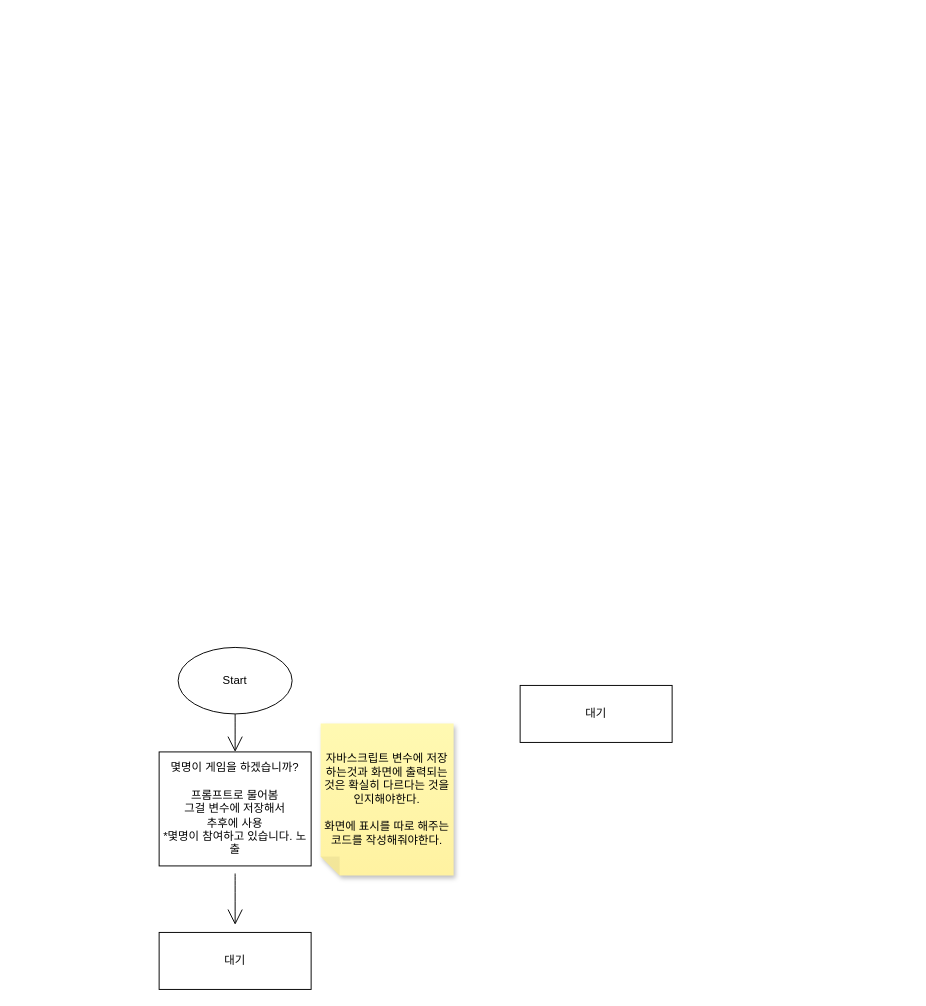
Above: 끝말잇기.drawio in susan-kang-beautiful/my-first-web-site (draw.io), before the change. Source tidied: cells renumbered, new cells numbered last; positions are measured from the earlier drawing's top-left corner, leaving out a move shared by most shapes. Both pictures are drawn from the tidied source at 95%, with x=0, y=0 at pixel (159, 647).
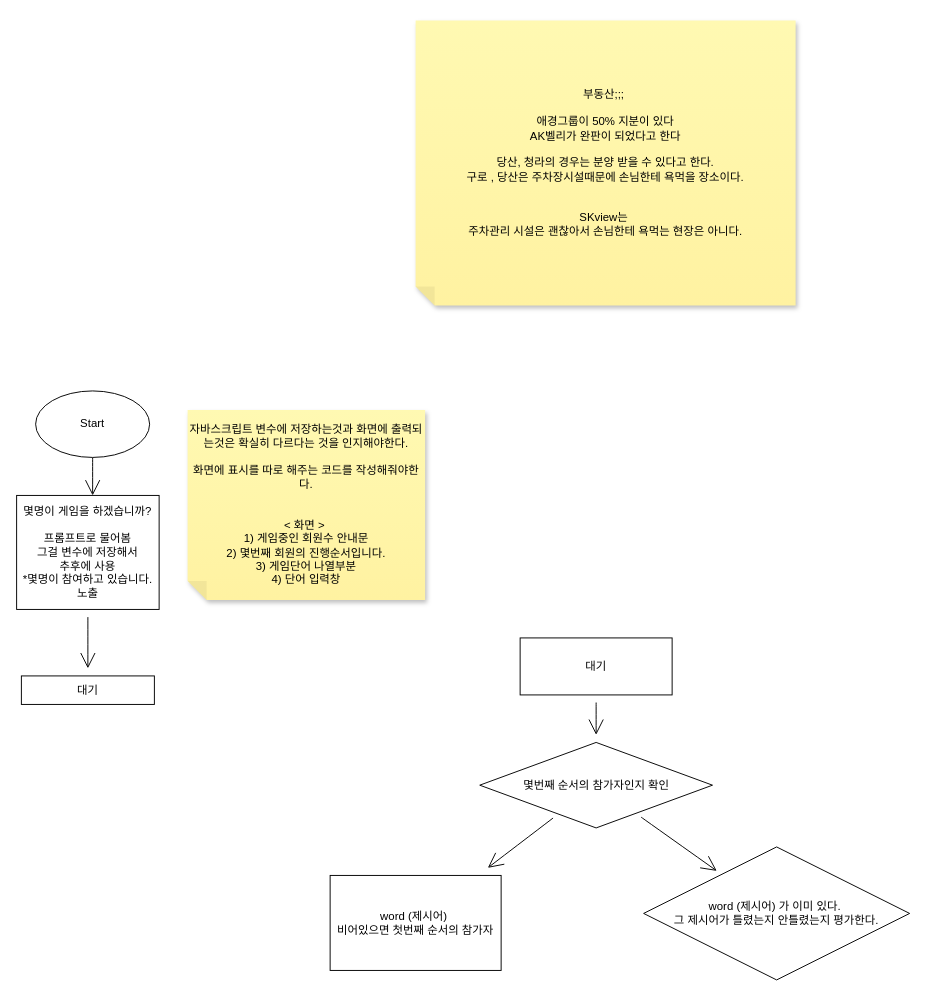
After the change.

Commit message (it also covers changes not shown here):
끝말잇기.drawio 업데이트

Change to the diagram source:
```diff
@@
 <mxGraphModel>
   <root>
     <mxCell id="0" />
     <mxCell id="1" parent="0" />
     <mxCell id="2" style="edgeStyle=none;curved=1;rounded=0;jettySize=auto;html=1;exitX=0.5;exitY=1;exitDx=0;exitDy=0;entryX=0.5;entryY=0;entryDx=0;entryDy=0;endArrow=open;startSize=14;endSize=14;sourcePerimeterSpacing=8;targetPerimeterSpacing=8;" parent="1" edge="1" source="3">
       <mxGeometry relative="1" as="geometry">
-        <mxPoint x="80" y="110" as="targetPoint" />
+        <mxPoint x="-70" y="-160" as="targetPoint" />
       </mxGeometry>
     </mxCell>
     <mxCell id="3" value="Start" style="ellipse;whiteSpace=wrap;html=1;hachureGap=4;" parent="1" vertex="1">
-      <mxGeometry x="20" width="120" height="70" as="geometry" />
+      <mxGeometry x="-130" y="-270" width="120" height="70" as="geometry" />
     </mxCell>
     <mxCell id="4" style="edgeStyle=none;curved=1;rounded=0;jettySize=auto;html=1;endArrow=open;startSize=14;endSize=14;sourcePerimeterSpacing=8;targetPerimeterSpacing=8;" parent="1" edge="1" source="5" target="6">
       <mxGeometry relative="1" as="geometry" />
     </mxCell>
     <mxCell id="5" value="몇명이 게임을 하겠습니까?&lt;br&gt;&lt;br&gt;프롬프트로 물어봄&lt;br&gt;그걸 변수에 저장해서&lt;br&gt;추후에 사용&lt;br&gt;*몇명이 참여하고 있습니다. 노출" style="rounded=0;whiteSpace=wrap;html=1;hachureGap=4;" parent="1" vertex="1">
-      <mxGeometry y="110" width="160" height="120" as="geometry" />
+      <mxGeometry x="-150" y="-160" width="150" height="120" as="geometry" />
     </mxCell>
     <mxCell id="6" value="대기" style="whiteSpace=wrap;html=1;hachureGap=4;" parent="1" vertex="1">
-      <mxGeometry y="300" width="160" height="60" as="geometry" />
+      <mxGeometry x="-145" y="30" width="140" height="30" as="geometry" />
     </mxCell>
-    <mxCell id="7" value="자바스크립트 변수에 저장하는것과 화면에 출력되는것은 확실히 다르다는 것을 인지해야한다.&lt;br&gt;&lt;br&gt;화면에 표시를 따로 해주는 코드를 작성해줘야한다." style="shape=note;whiteSpace=wrap;html=1;backgroundOutline=1;fontColor=#000000;darkOpacity=0.05;fillColor=#FFF9B2;strokeColor=none;fillStyle=solid;direction=west;gradientDirection=north;gradientColor=#FFF2A1;shadow=1;size=20;hachureGap=4;" parent="1" vertex="1">
-      <mxGeometry x="170" y="80" width="140" height="160" as="geometry" />
+    <mxCell id="7" value="자바스크립트 변수에 저장하는것과 화면에 출력되는것은 확실히 다르다는 것을 인지해야한다.&lt;br&gt;&lt;br&gt;화면에 표시를 따로 해주는 코드를 작성해줘야한다.&lt;br&gt;&lt;br&gt;&lt;br&gt;&amp;lt; 화면 &amp;gt;&amp;nbsp;&lt;br&gt;1) 게임중인 회원수 안내문&lt;br&gt;2) 몇번째 회원의 진행순서입니다.&lt;br&gt;3) 게임단어 나열부분&lt;br&gt;4) 단어 입력창" style="shape=note;whiteSpace=wrap;html=1;backgroundOutline=1;fontColor=#000000;darkOpacity=0.05;fillColor=#FFF9B2;strokeColor=none;fillStyle=solid;direction=west;gradientDirection=north;gradientColor=#FFF2A1;shadow=1;size=20;hachureGap=4;" parent="1" vertex="1">
+      <mxGeometry x="30" y="-250" width="250" height="200" as="geometry" />
     </mxCell>
+    <mxCell id="9" style="edgeStyle=none;curved=1;rounded=0;jettySize=auto;html=1;endArrow=open;startSize=14;endSize=14;sourcePerimeterSpacing=8;targetPerimeterSpacing=8;" parent="1" edge="1" source="8" target="12">
+      <mxGeometry relative="1" as="geometry" />
+    </mxCell>
     <mxCell id="8" value="대기" style="whiteSpace=wrap;html=1;hachureGap=4;" parent="1" vertex="1">
-      <mxGeometry x="380" y="40" width="160" height="60" as="geometry" />
+      <mxGeometry x="380" y="-10" width="160" height="60" as="geometry" />
     </mxCell>
+    <mxCell id="10" style="edgeStyle=none;curved=1;rounded=0;jettySize=auto;html=1;endArrow=open;startSize=14;endSize=14;sourcePerimeterSpacing=8;targetPerimeterSpacing=8;" parent="1" edge="1" source="12" target="13">
+      <mxGeometry relative="1" as="geometry" />
+    </mxCell>
+    <mxCell id="11" style="edgeStyle=none;curved=1;rounded=0;jettySize=auto;html=1;endArrow=open;startSize=14;endSize=14;sourcePerimeterSpacing=8;targetPerimeterSpacing=8;" parent="1" edge="1" source="12" target="15">
+      <mxGeometry relative="1" as="geometry" />
+    </mxCell>
+    <mxCell id="12" value="몇번째 순서의 참가자인지 확인" style="rhombus;whiteSpace=wrap;html=1;hachureGap=4;" parent="1" vertex="1">
+      <mxGeometry x="337.5" y="100" width="245" height="90" as="geometry" />
+    </mxCell>
+    <mxCell id="13" value="word (제시어)&amp;nbsp;&lt;br&gt;비어있으면 첫번째 순서의 참가자" style="whiteSpace=wrap;html=1;hachureGap=4;" parent="1" vertex="1">
+      <mxGeometry x="180" y="240" width="180" height="100" as="geometry" />
+    </mxCell>
+    <mxCell id="14" value="부동산;;;&amp;nbsp;&lt;br&gt;&lt;br&gt;애경그룹이 50% 지분이 있다&lt;br&gt;AK벨리가 완판이 되었다고 한다&lt;br&gt;&lt;br&gt;당산, 청라의 경우는 분양 받을 수 있다고 한다.&lt;br&gt;구로 , 당산은 주차장시설때문에 손님한테 욕먹을 장소이다.&lt;br&gt;&lt;br&gt;&lt;br&gt;SKview는&amp;nbsp;&lt;br&gt;주차관리 시설은 괜찮아서 손님한테 욕먹는 현장은 아니다.&lt;br&gt;" style="shape=note;whiteSpace=wrap;html=1;backgroundOutline=1;fontColor=#000000;darkOpacity=0.05;fillColor=#FFF9B2;strokeColor=none;fillStyle=solid;direction=west;gradientDirection=north;gradientColor=#FFF2A1;shadow=1;size=20;hachureGap=4;" parent="1" vertex="1">
+      <mxGeometry x="270" y="-660" width="400" height="300" as="geometry" />
+    </mxCell>
+    <mxCell id="15" value="word (제시어) 가 이미 있다.&amp;nbsp;&lt;br&gt;그 제시어가 틀렸는지 안틀렸는지 평가한다." style="rhombus;whiteSpace=wrap;html=1;hachureGap=4;" parent="1" vertex="1">
+      <mxGeometry x="510" y="210" width="280" height="140" as="geometry" />
+    </mxCell>
   </root>
 </mxGraphModel>
```
